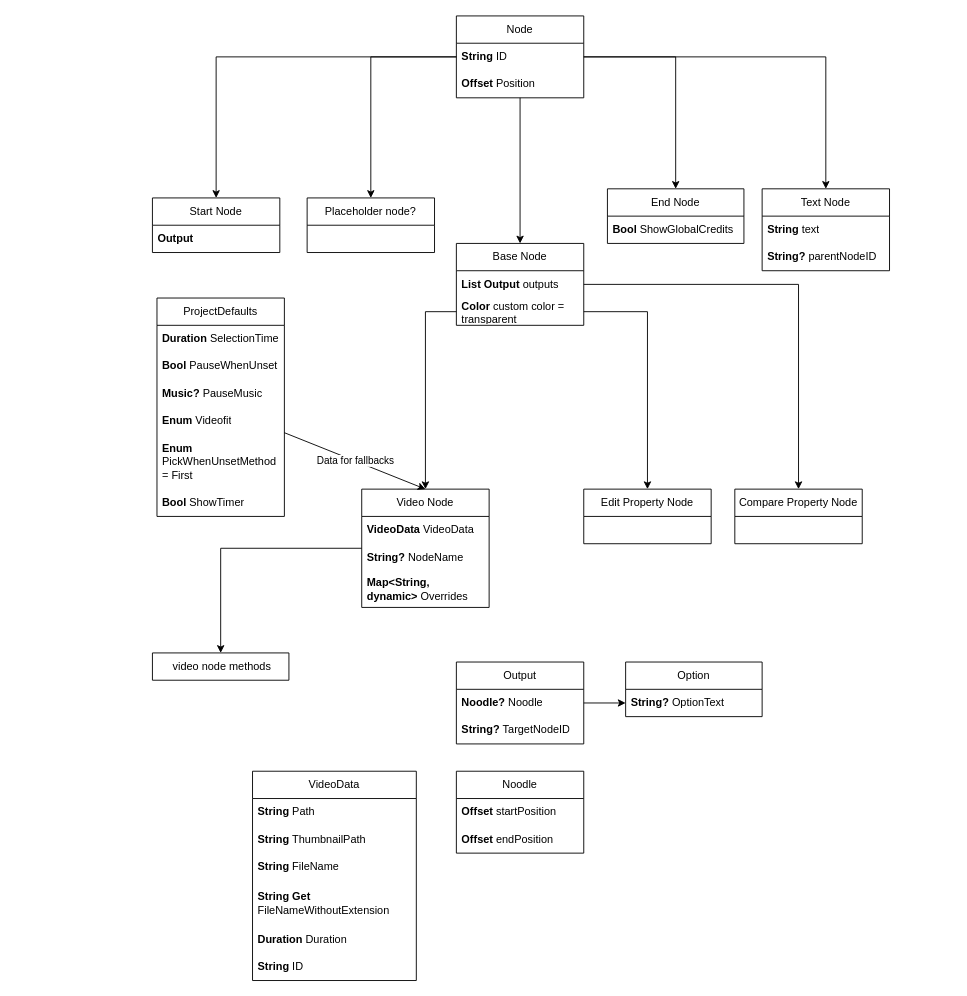
Earlier version of the draw.io diagram page "Nodes" (6 of 7) of Nutria FMV.drawio (k-pasta/Nutria_FMV_Maker). Source tidied: cells renumbered, new cells numbered last; positions are measured from the earlier drawing's top-left corner, leaving out a move shared by most shapes. Both pictures are drawn from the tidied source at 91%, with x=0, y=0 at pixel (152, 15).
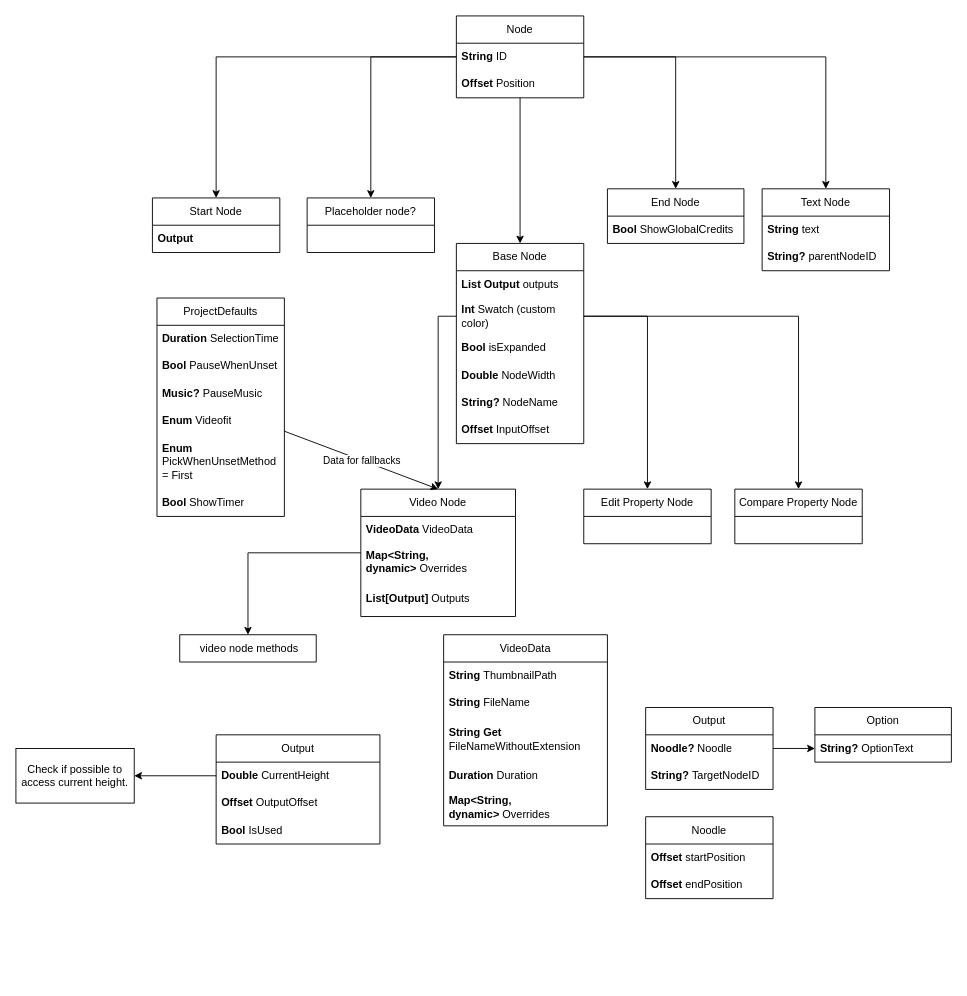
Above is the later version.

The change refers to these unchanged cells:
```xml
<mxCell id="19" value="Compare Property Node" style="swimlane;fontStyle=0;horizontal=1;startSize=30;whiteSpace=wrap;html=1;" parent="1" vertex="1">
  <mxGeometry x="640" y="520" width="140" height="60" as="geometry" />
</mxCell>
```

Diff of the diagram source:
```diff
@@
     <mxCell id="7" style="edgeStyle=orthogonalEdgeStyle;rounded=0;jettySize=auto;html=1;entryX=0.5;entryY=0;entryDx=0;entryDy=0;" parent="1" edge="1" source="8" target="19">
-      <mxGeometry relative="1" as="geometry" />
+      <mxGeometry relative="1" as="geometry">
+        <Array as="points">
+          <mxPoint x="710" y="330" />
+        </Array>
+      </mxGeometry>
     </mxCell>
     <mxCell id="8" value="Base Node" style="swimlane;fontStyle=0;horizontal=1;startSize=30;whiteSpace=wrap;html=1;" parent="1" vertex="1">
-      <mxGeometry x="334" y="250" width="140" height="90" as="geometry" />
+      <mxGeometry x="334" y="250" width="140" height="220" as="geometry" />
     </mxCell>
@@
-    <mxCell id="10" value="&lt;b&gt;Color &lt;/b&gt;custom color = transparent" style="text;strokeColor=none;fillColor=none;align=left;verticalAlign=middle;spacingLeft=4;spacingRight=4;overflow=hidden;points=[[0,0.5],[1,0.5]];portConstraint=eastwest;whiteSpace=wrap;html=1;" parent="8" vertex="1">
-      <mxGeometry y="60" width="140" height="30" as="geometry" />
+    <mxCell id="10" value="&lt;b&gt;Int&amp;nbsp;&lt;/b&gt;Swatch (custom color)" style="text;strokeColor=none;fillColor=none;align=left;verticalAlign=middle;spacingLeft=4;spacingRight=4;overflow=hidden;points=[[0,0.5],[1,0.5]];portConstraint=eastwest;whiteSpace=wrap;html=1;" parent="8" vertex="1">
+      <mxGeometry y="60" width="140" height="40" as="geometry" />
     </mxCell>
+    <mxCell id="57" value="&lt;b&gt;Bool &lt;/b&gt;isExpanded" style="text;strokeColor=none;fillColor=none;align=left;verticalAlign=middle;spacingLeft=4;spacingRight=4;overflow=hidden;whiteSpace=wrap;html=1;" parent="8" vertex="1">
+      <mxGeometry y="100" width="140" height="30" as="geometry" />
+    </mxCell>
+    <mxCell id="58" value="&lt;b&gt;Double &lt;/b&gt;NodeWidth" style="text;strokeColor=none;fillColor=none;align=left;verticalAlign=middle;spacingLeft=4;spacingRight=4;overflow=hidden;whiteSpace=wrap;html=1;" parent="8" vertex="1">
+      <mxGeometry y="130" width="140" height="30" as="geometry" />
+    </mxCell>
+    <mxCell id="16" value="&lt;b&gt;String?&amp;nbsp;&lt;/b&gt;NodeName" style="text;strokeColor=none;fillColor=none;align=left;verticalAlign=middle;spacingLeft=4;spacingRight=4;overflow=hidden;whiteSpace=wrap;html=1;" parent="8" vertex="1">
+      <mxGeometry y="160" width="140" height="30" as="geometry" />
+    </mxCell>
+    <mxCell id="59" value="&lt;b&gt;Offset&amp;nbsp;&lt;/b&gt;InputOffset" style="text;strokeColor=none;fillColor=none;align=left;verticalAlign=middle;spacingLeft=4;spacingRight=4;overflow=hidden;whiteSpace=wrap;html=1;" parent="8" vertex="1">
+      <mxGeometry y="190" width="140" height="30" as="geometry" />
+    </mxCell>
@@
     <mxCell id="14" value="Video Node" style="swimlane;fontStyle=0;horizontal=1;startSize=30;whiteSpace=wrap;html=1;" parent="1" vertex="1">
-      <mxGeometry x="230" y="520" width="140" height="130" as="geometry" />
+      <mxGeometry x="229" y="520" width="170" height="140" as="geometry" />
     </mxCell>
-    <mxCell id="15" value="&lt;b&gt;VideoData&amp;nbsp;&lt;/b&gt;VideoData" style="text;strokeColor=none;fillColor=none;align=left;verticalAlign=middle;spacingLeft=4;spacingRight=4;overflow=hidden;whiteSpace=wrap;html=1;" parent="14" vertex="1">
-      <mxGeometry y="30" width="140" height="30" as="geometry" />
-    </mxCell>
-    <mxCell id="16" value="&lt;b&gt;String?&amp;nbsp;&lt;/b&gt;NodeName" style="text;strokeColor=none;fillColor=none;align=left;verticalAlign=middle;spacingLeft=4;spacingRight=4;overflow=hidden;whiteSpace=wrap;html=1;" parent="14" vertex="1">
-      <mxGeometry y="60" width="140" height="30" as="geometry" />
-    </mxCell>
-    <mxCell id="17" value="&lt;b&gt;Map&amp;lt;String, dynamic&amp;gt;&amp;nbsp;&lt;/b&gt;Overrides" style="text;strokeColor=none;fillColor=none;align=left;verticalAlign=middle;spacingLeft=4;spacingRight=4;overflow=hidden;whiteSpace=wrap;html=1;" parent="14" vertex="1">
-      <mxGeometry y="90" width="140" height="40" as="geometry" />
-    </mxCell>
+    <mxCell id="51" value="&lt;b&gt;VideoData &lt;/b&gt;VideoData" style="text;strokeColor=none;fillColor=none;align=left;verticalAlign=middle;spacingLeft=4;spacingRight=4;overflow=hidden;whiteSpace=wrap;html=1;" parent="14" vertex="1">
+      <mxGeometry y="30" width="170" height="30" as="geometry" />
+    </mxCell>
+    <mxCell id="60" value="&lt;b&gt;Map&amp;lt;String, dynamic&amp;gt;&amp;nbsp;&lt;/b&gt;Overrides" style="text;strokeColor=none;fillColor=none;align=left;verticalAlign=middle;spacingLeft=4;spacingRight=4;overflow=hidden;whiteSpace=wrap;html=1;" parent="14" vertex="1">
+      <mxGeometry y="60" width="170" height="40" as="geometry" />
+    </mxCell>
+    <mxCell id="61" value="&lt;b&gt;List[Output]&amp;nbsp;&lt;/b&gt;Outputs" style="text;strokeColor=none;fillColor=none;align=left;verticalAlign=middle;spacingLeft=4;spacingRight=4;overflow=hidden;whiteSpace=wrap;html=1;" parent="14" vertex="1">
+      <mxGeometry y="100" width="170" height="40" as="geometry" />
+    </mxCell>
@@
     <mxCell id="27" value="Output" style="swimlane;fontStyle=0;horizontal=1;startSize=30;whiteSpace=wrap;html=1;" parent="1" vertex="1">
-      <mxGeometry x="334" y="710" width="140" height="90" as="geometry" />
+      <mxGeometry x="542" y="760" width="140" height="90" as="geometry" />
     </mxCell>
@@
     <mxCell id="30" value="Noodle" style="swimlane;fontStyle=0;horizontal=1;startSize=30;whiteSpace=wrap;html=1;" parent="1" vertex="1">
-      <mxGeometry x="334" y="830" width="140" height="90" as="geometry" />
+      <mxGeometry x="542" y="880" width="140" height="90" as="geometry" />
     </mxCell>
@@
     <mxCell id="44" value="&amp;nbsp;video node&amp;nbsp;&lt;span style=&quot;background-color: initial;&quot;&gt;methods&lt;/span&gt;" style="swimlane;fontStyle=0;horizontal=1;startSize=30;whiteSpace=wrap;html=1;" parent="1" vertex="1" collapsed="1">
-      <mxGeometry y="700" width="150" height="30" as="geometry" />
+      <mxGeometry x="30" y="680" width="150" height="30" as="geometry" />
     </mxCell>
@@
     <mxCell id="47" value="Option" style="swimlane;fontStyle=0;horizontal=1;startSize=30;whiteSpace=wrap;html=1;" parent="1" vertex="1">
-      <mxGeometry x="520" y="710" width="150" height="60" as="geometry" />
+      <mxGeometry x="728" y="760" width="150" height="60" as="geometry" />
     </mxCell>
@@
     <mxCell id="50" value="VideoData" style="swimlane;fontStyle=0;horizontal=1;startSize=30;whiteSpace=wrap;html=1;" parent="1" vertex="1">
-      <mxGeometry x="110" y="830" width="180" height="230" as="geometry" />
+      <mxGeometry x="320" y="680" width="180" height="210" as="geometry" />
     </mxCell>
-    <mxCell id="51" value="&lt;b&gt;String&amp;nbsp;&lt;/b&gt;Path" style="text;strokeColor=none;fillColor=none;align=left;verticalAlign=middle;spacingLeft=4;spacingRight=4;overflow=hidden;whiteSpace=wrap;html=1;" parent="50" vertex="1">
-      <mxGeometry y="30" width="180" height="30" as="geometry" />
-    </mxCell>
     <mxCell id="52" value="&lt;b&gt;String &lt;/b&gt;ThumbnailPath" style="text;strokeColor=none;fillColor=none;align=left;verticalAlign=middle;spacingLeft=4;spacingRight=4;overflow=hidden;whiteSpace=wrap;html=1;" parent="50" vertex="1">
-      <mxGeometry y="60" width="180" height="30" as="geometry" />
+      <mxGeometry y="30" width="180" height="30" as="geometry" />
     </mxCell>
     <mxCell id="53" value="&lt;b&gt;String &lt;/b&gt;FileName" style="text;strokeColor=none;fillColor=none;align=left;verticalAlign=middle;spacingLeft=4;spacingRight=4;overflow=hidden;whiteSpace=wrap;html=1;" parent="50" vertex="1">
-      <mxGeometry y="90" width="180" height="30" as="geometry" />
+      <mxGeometry y="60" width="180" height="30" as="geometry" />
     </mxCell>
     <mxCell id="54" value="&lt;b&gt;String Get&lt;/b&gt;&lt;div&gt;FileNameWithoutExtension&lt;/div&gt;" style="text;strokeColor=none;fillColor=none;align=left;verticalAlign=middle;spacingLeft=4;spacingRight=4;overflow=hidden;whiteSpace=wrap;html=1;" parent="50" vertex="1">
-      <mxGeometry y="120" width="180" height="50" as="geometry" />
+      <mxGeometry y="90" width="180" height="50" as="geometry" />
     </mxCell>
     <mxCell id="55" value="&lt;b&gt;Duration &lt;/b&gt;Duration" style="text;strokeColor=none;fillColor=none;align=left;verticalAlign=middle;spacingLeft=4;spacingRight=4;overflow=hidden;whiteSpace=wrap;html=1;" parent="50" vertex="1">
-      <mxGeometry y="170" width="180" height="30" as="geometry" />
+      <mxGeometry y="140" width="180" height="30" as="geometry" />
     </mxCell>
-    <mxCell id="56" value="&lt;b&gt;String &lt;/b&gt;ID" style="text;strokeColor=none;fillColor=none;align=left;verticalAlign=middle;spacingLeft=4;spacingRight=4;overflow=hidden;whiteSpace=wrap;html=1;" parent="50" vertex="1">
-      <mxGeometry y="200" width="180" height="30" as="geometry" />
-    </mxCell>
+    <mxCell id="62" value="&lt;b&gt;Map&amp;lt;String, dynamic&amp;gt;&amp;nbsp;&lt;/b&gt;Overrides" style="text;strokeColor=none;fillColor=none;align=left;verticalAlign=middle;spacingLeft=4;spacingRight=4;overflow=hidden;whiteSpace=wrap;html=1;" parent="50" vertex="1">
+      <mxGeometry y="170" width="180" height="40" as="geometry" />
+    </mxCell>
+    <mxCell id="63" value="Output" style="swimlane;fontStyle=0;horizontal=1;startSize=30;whiteSpace=wrap;html=1;" parent="1" vertex="1">
+      <mxGeometry x="70" y="790" width="180" height="120" as="geometry" />
+    </mxCell>
+    <mxCell id="64" value="&lt;b&gt;Double&amp;nbsp;&lt;/b&gt;CurrentHeight" style="text;strokeColor=none;fillColor=none;align=left;verticalAlign=middle;spacingLeft=4;spacingRight=4;overflow=hidden;points=[[0,0.5],[1,0.5]];portConstraint=eastwest;whiteSpace=wrap;html=1;" parent="63" vertex="1">
+      <mxGeometry y="30" width="180" height="30" as="geometry" />
+    </mxCell>
+    <mxCell id="65" value="&lt;b&gt;Offset &lt;/b&gt;OutputOffset" style="text;strokeColor=none;fillColor=none;align=left;verticalAlign=middle;spacingLeft=4;spacingRight=4;overflow=hidden;whiteSpace=wrap;html=1;" parent="63" vertex="1">
+      <mxGeometry y="60" width="180" height="30" as="geometry" />
+    </mxCell>
+    <mxCell id="66" value="&lt;b&gt;Bool &lt;/b&gt;IsUsed" style="text;strokeColor=none;fillColor=none;align=left;verticalAlign=middle;spacingLeft=4;spacingRight=4;overflow=hidden;whiteSpace=wrap;html=1;" parent="63" vertex="1">
+      <mxGeometry y="90" width="180" height="30" as="geometry" />
+    </mxCell>
+    <mxCell id="67" value="Check if possible to access current height." style="rounded=0;whiteSpace=wrap;html=1;" parent="1" vertex="1">
+      <mxGeometry x="-150" y="805" width="130" height="60" as="geometry" />
+    </mxCell>
+    <mxCell id="68" style="edgeStyle=orthogonalEdgeStyle;rounded=0;jettySize=auto;html=1;" parent="1" edge="1" source="64" target="67">
+      <mxGeometry relative="1" as="geometry" />
+    </mxCell>
```
